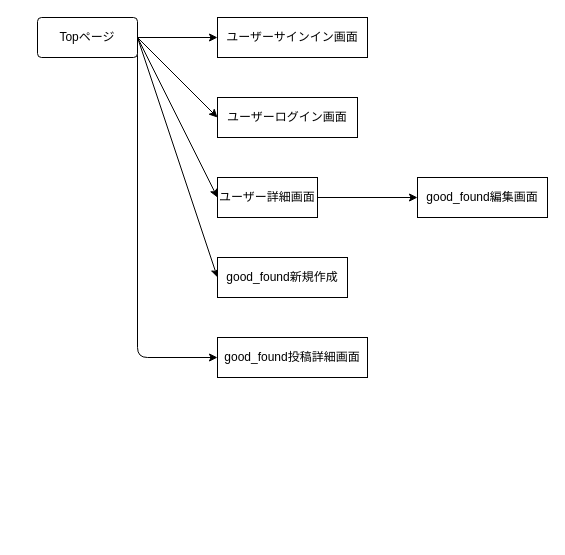
This is page "画面遷移図" (2 of 2) of bright-side.dio from akiyuki-23/bright-side, a draw.io file, before an edit. Source tidied: cells renumbered, new cells numbered last; positions are measured from the earlier drawing's top-left corner, leaving out a move shared by most shapes. Both pictures are drawn from the tidied source at 100%, with x=0, y=0 at pixel (37, 17).
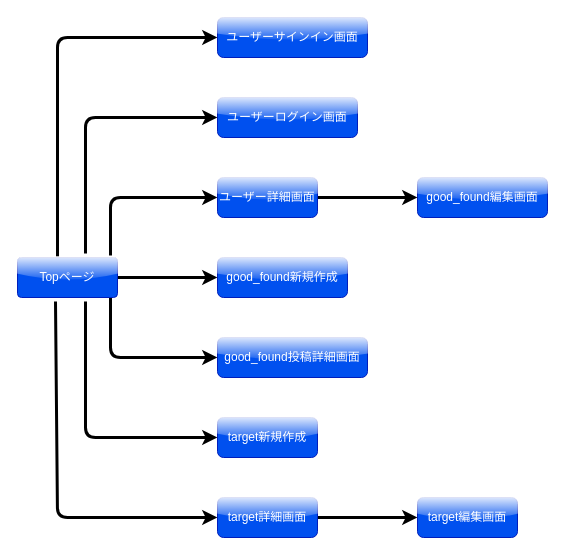
The same diagram, later.

Commit message:
画面遷移図target部分の変更

Change to the diagram source:
```diff
@@
-<mxGraphModel>
+<mxGraphModel background="#ffffff">
@@
-    <mxCell id="2" style="edgeStyle=none;html=1;exitX=1;exitY=0.5;exitDx=0;exitDy=0;entryX=0;entryY=0.5;entryDx=0;entryDy=0;" parent="1" edge="1" source="8" target="11">
+    <mxCell id="2" style="edgeStyle=none;html=1;exitX=0.93;exitY=1;exitDx=0;exitDy=0;entryX=0;entryY=0.5;entryDx=0;entryDy=0;strokeWidth=3;strokeColor=#000000;exitPerimeter=0;" parent="1" edge="1" source="8" target="11">
       <mxGeometry relative="1" as="geometry">
         <Array as="points">
-          <mxPoint x="100" y="340" />
+          <mxPoint x="73" y="340" />
         </Array>
       </mxGeometry>
     </mxCell>
-    <mxCell id="3" style="edgeStyle=none;html=1;exitX=1;exitY=0.5;exitDx=0;exitDy=0;entryX=0;entryY=0.5;entryDx=0;entryDy=0;" parent="1" edge="1" source="8" target="9">
+    <mxCell id="3" style="edgeStyle=none;html=1;exitX=1;exitY=0.5;exitDx=0;exitDy=0;entryX=0;entryY=0.5;entryDx=0;entryDy=0;strokeColor=#000000;strokeWidth=3;" parent="1" edge="1" source="8" target="9">
       <mxGeometry relative="1" as="geometry" />
     </mxCell>
-    <mxCell id="4" style="edgeStyle=none;html=1;exitX=1;exitY=0.5;exitDx=0;exitDy=0;entryX=0;entryY=0.5;entryDx=0;entryDy=0;" parent="1" edge="1" source="8" target="14">
-      <mxGeometry relative="1" as="geometry" />
+    <mxCell id="4" style="edgeStyle=none;html=1;exitX=0.93;exitY=-0.05;exitDx=0;exitDy=0;entryX=0;entryY=0.5;entryDx=0;entryDy=0;strokeWidth=3;strokeColor=#000000;exitPerimeter=0;" parent="1" edge="1" source="8" target="14">
+      <mxGeometry relative="1" as="geometry">
+        <Array as="points">
+          <mxPoint x="73" y="180" />
+        </Array>
+      </mxGeometry>
     </mxCell>
-    <mxCell id="5" style="edgeStyle=none;html=1;exitX=1;exitY=0.5;exitDx=0;exitDy=0;entryX=0;entryY=0.5;entryDx=0;entryDy=0;" parent="1" edge="1" source="8" target="15">
-      <mxGeometry relative="1" as="geometry" />
+    <mxCell id="5" style="edgeStyle=none;html=1;exitX=0.68;exitY=-0.1;exitDx=0;exitDy=0;entryX=0;entryY=0.5;entryDx=0;entryDy=0;strokeWidth=3;strokeColor=#000000;exitPerimeter=0;" parent="1" edge="1" source="8" target="15">
+      <mxGeometry relative="1" as="geometry">
+        <Array as="points">
+          <mxPoint x="48" y="100" />
+        </Array>
+      </mxGeometry>
     </mxCell>
-    <mxCell id="6" style="edgeStyle=none;html=1;exitX=1;exitY=0.5;exitDx=0;exitDy=0;entryX=0;entryY=0.5;entryDx=0;entryDy=0;" parent="1" edge="1" source="8" target="10">
-      <mxGeometry relative="1" as="geometry" />
+    <mxCell id="6" style="edgeStyle=none;html=1;exitX=0.4;exitY=-0.025;exitDx=0;exitDy=0;entryX=0;entryY=0.5;entryDx=0;entryDy=0;strokeColor=#000000;strokeWidth=3;exitPerimeter=0;" parent="1" edge="1" source="8" target="10">
+      <mxGeometry relative="1" as="geometry">
+        <Array as="points">
+          <mxPoint x="20" y="20" />
+        </Array>
+      </mxGeometry>
     </mxCell>
-    <mxCell id="7" style="edgeStyle=none;html=1;exitX=1;exitY=1;exitDx=0;exitDy=0;" parent="1" edge="1" source="8">
-      <mxGeometry relative="1" as="geometry">
-        <mxPoint x="100" y="40" as="targetPoint" />
-      </mxGeometry>
-    </mxCell>
+    <mxCell id="16" style="edgeStyle=none;html=1;exitX=0.68;exitY=1.1;exitDx=0;exitDy=0;entryX=0;entryY=0.5;entryDx=0;entryDy=0;exitPerimeter=0;strokeWidth=3;strokeColor=#000000;" parent="1" edge="1" source="8" target="18">
+      <mxGeometry relative="1" as="geometry">
+        <Array as="points">
+          <mxPoint x="48" y="420" />
+        </Array>
+      </mxGeometry>
+    </mxCell>
+    <mxCell id="17" style="edgeStyle=none;html=1;exitX=0.38;exitY=1.1;exitDx=0;exitDy=0;entryX=0;entryY=0.5;entryDx=0;entryDy=0;exitPerimeter=0;strokeWidth=3;strokeColor=#000000;" parent="1" edge="1" source="8" target="20">
+      <mxGeometry relative="1" as="geometry">
+        <Array as="points">
+          <mxPoint x="20" y="500" />
+        </Array>
+      </mxGeometry>
+    </mxCell>
-    <mxCell id="8" value="Topページ" style="rounded=1;arcSize=10;whiteSpace=wrap;html=1;align=center;" parent="1" vertex="1">
-      <mxGeometry width="100" height="40" as="geometry" />
+    <mxCell id="8" value="Topページ" style="rounded=1;arcSize=10;whiteSpace=wrap;html=1;align=center;fillColor=#0050ef;fontColor=#ffffff;strokeColor=#001DBC;glass=1;" parent="1" vertex="1">
+      <mxGeometry x="-20" y="240" width="100" height="40" as="geometry" />
     </mxCell>
-    <mxCell id="9" value="good_found新規作成" style="whiteSpace=wrap;html=1;align=center;" parent="1" vertex="1">
+    <mxCell id="9" value="good_found新規作成" style="whiteSpace=wrap;html=1;align=center;fillColor=#0050ef;fontColor=#ffffff;strokeColor=#001DBC;rounded=1;glass=1;" parent="1" vertex="1">
       <mxGeometry x="180" y="240" width="130" height="40" as="geometry" />
     </mxCell>
-    <mxCell id="10" value="ユーザーサインイン画面" style="whiteSpace=wrap;html=1;align=center;" parent="1" vertex="1">
+    <mxCell id="10" value="ユーザーサインイン画面" style="whiteSpace=wrap;html=1;align=center;fillColor=#0050ef;fontColor=#ffffff;strokeColor=#001DBC;rounded=1;glass=1;" parent="1" vertex="1">
       <mxGeometry x="180" width="150" height="40" as="geometry" />
     </mxCell>
-    <mxCell id="11" value="good_found投稿詳細画面" style="whiteSpace=wrap;html=1;align=center;" parent="1" vertex="1">
+    <mxCell id="11" value="good_found投稿詳細画面" style="whiteSpace=wrap;html=1;align=center;fillColor=#0050ef;fontColor=#ffffff;strokeColor=#001DBC;rounded=1;glass=1;" parent="1" vertex="1">
       <mxGeometry x="180" y="320" width="150" height="40" as="geometry" />
     </mxCell>
-    <mxCell id="12" value="good_found編集画面" style="whiteSpace=wrap;html=1;align=center;" parent="1" vertex="1">
+    <mxCell id="12" value="good_found編集画面" style="whiteSpace=wrap;html=1;align=center;fillColor=#0050ef;fontColor=#ffffff;strokeColor=#001DBC;glass=1;rounded=1;" parent="1" vertex="1">
       <mxGeometry x="380" y="160" width="130" height="40" as="geometry" />
     </mxCell>
-    <mxCell id="13" style="edgeStyle=none;html=1;exitX=1;exitY=0.5;exitDx=0;exitDy=0;entryX=0;entryY=0.5;entryDx=0;entryDy=0;" parent="1" edge="1" source="14" target="12">
+    <mxCell id="13" style="edgeStyle=none;html=1;exitX=1;exitY=0.5;exitDx=0;exitDy=0;entryX=0;entryY=0.5;entryDx=0;entryDy=0;strokeColor=#000000;strokeWidth=3;" parent="1" edge="1" source="14" target="12">
       <mxGeometry relative="1" as="geometry" />
     </mxCell>
-    <mxCell id="14" value="ユーザー詳細画面" style="whiteSpace=wrap;html=1;align=center;" parent="1" vertex="1">
+    <mxCell id="14" value="ユーザー詳細画面" style="whiteSpace=wrap;html=1;align=center;fillColor=#0050ef;fontColor=#ffffff;strokeColor=#001DBC;rounded=1;glass=1;" parent="1" vertex="1">
       <mxGeometry x="180" y="160" width="100" height="40" as="geometry" />
     </mxCell>
-    <mxCell id="15" value="ユーザーログイン画面" style="whiteSpace=wrap;html=1;align=center;" parent="1" vertex="1">
+    <mxCell id="15" value="ユーザーログイン画面" style="whiteSpace=wrap;html=1;align=center;fillColor=#0050ef;fontColor=#ffffff;strokeColor=#001DBC;rounded=1;glass=1;" parent="1" vertex="1">
       <mxGeometry x="180" y="80" width="140" height="40" as="geometry" />
     </mxCell>
+    <mxCell id="18" value="target新規作成" style="whiteSpace=wrap;html=1;align=center;fillColor=#0050ef;fontColor=#ffffff;strokeColor=#001DBC;rounded=1;glass=1;" parent="1" vertex="1">
+      <mxGeometry x="180" y="400" width="100" height="40" as="geometry" />
+    </mxCell>
+    <mxCell id="19" style="edgeStyle=none;html=1;exitX=1;exitY=0.5;exitDx=0;exitDy=0;entryX=0;entryY=0.5;entryDx=0;entryDy=0;strokeColor=#000000;strokeWidth=3;" parent="1" edge="1" source="20" target="21">
+      <mxGeometry relative="1" as="geometry" />
+    </mxCell>
+    <mxCell id="20" value="target詳細画面" style="whiteSpace=wrap;html=1;align=center;fillColor=#0050ef;fontColor=#ffffff;strokeColor=#001DBC;rounded=1;glass=1;" parent="1" vertex="1">
+      <mxGeometry x="180" y="480" width="100" height="40" as="geometry" />
+    </mxCell>
+    <mxCell id="21" value="target編集画面" style="whiteSpace=wrap;html=1;align=center;fillColor=#0050ef;fontColor=#ffffff;strokeColor=#001DBC;rounded=1;glass=1;shadow=0;" parent="1" vertex="1">
+      <mxGeometry x="380" y="480" width="100" height="40" as="geometry" />
+    </mxCell>
```
